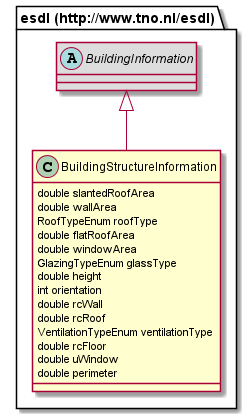
This is 687474703a2f2f7777772e746e6f2e6e6c2f6573646c/BuildingStructureInformation.png from EnergyTransition/energytransition.github.io, a PlantUML export, as it was before one commit.
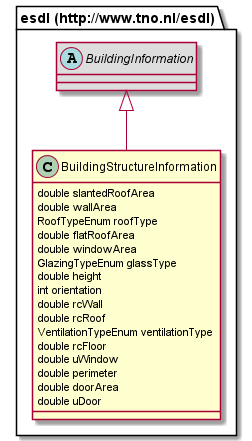
Later version of the same file.

Diff of the diagram source:
```diff
@@ -14,6 +14,8 @@
 	double rcFloor
 	double uWindow
 	double perimeter
+	double doorArea
+	double uDoor
 }
 abstract class "esdl (http://www.tno.nl/esdl).BuildingInformation" [[#router/doc-content/687474703a2f2f7777772e746e6f2e6e6c2f6573646c/BuildingInformation.html{Super class of all different kinds of extra information that can be specified for a building}]] #DDDDDD {
 }
```
